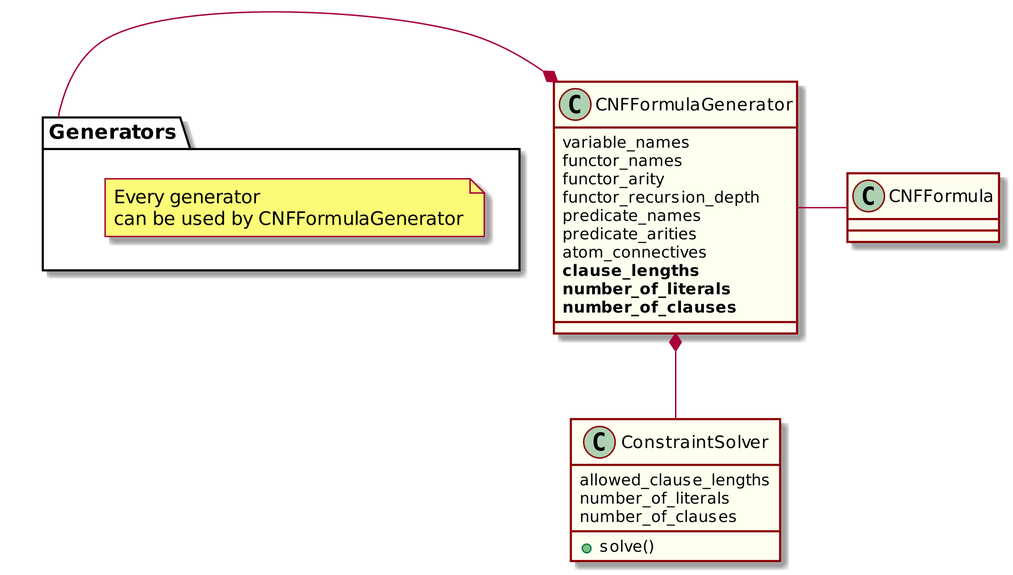
Earlier version of the PlantUML export logic-formula-generator/cnf_formula_generator.png (Mateusz-Grzelinski/set-research-documentation).
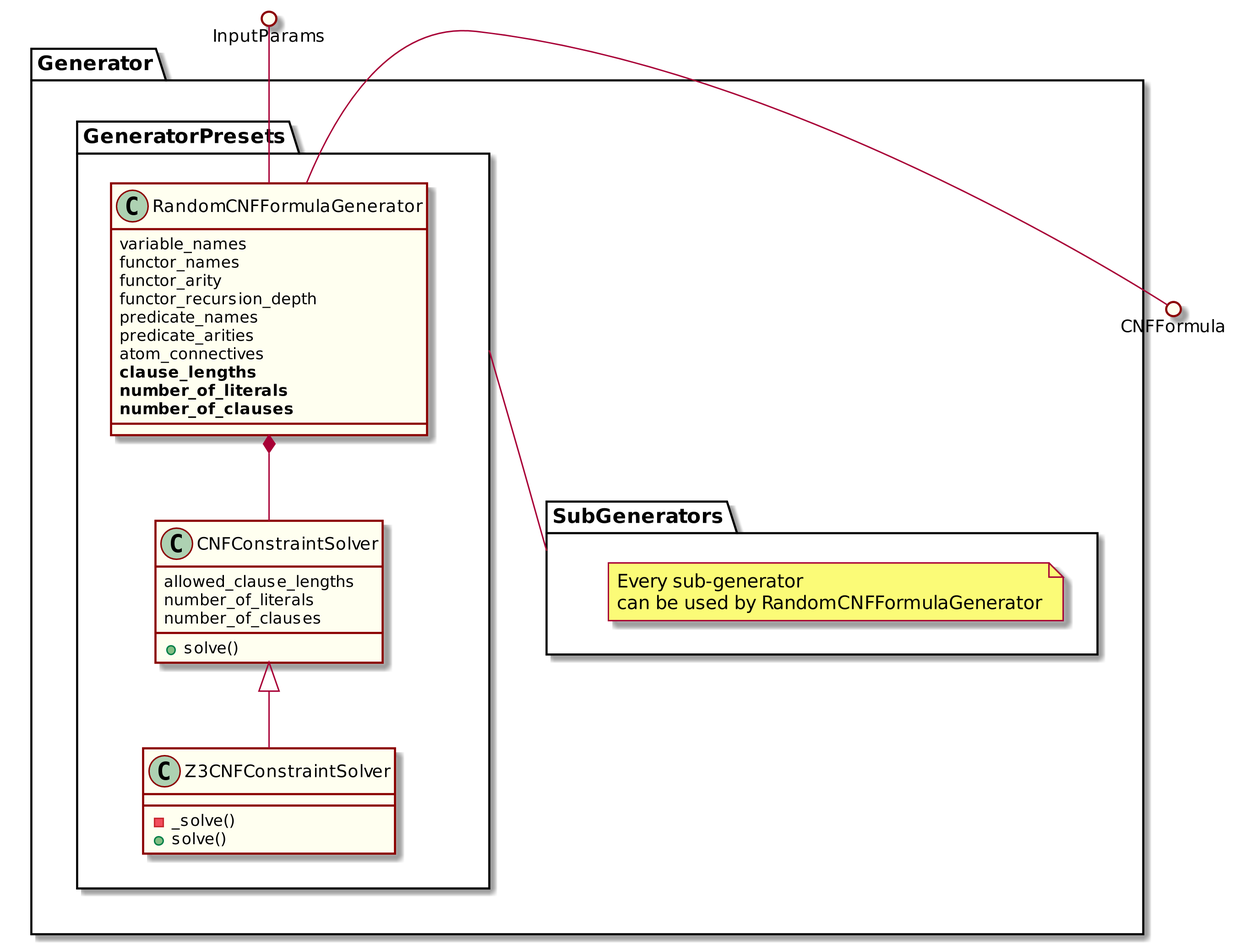
Above is the later version.

The edit, as a diff of the source:
```diff
@@ -6,15 +6,20 @@
   borderColor DarkRed
 }
 
-package Generators {
-  note "Every generator \ncan be used by CNFFormulaGenerator" as N
- }
+package Generator {
+  package GeneratorPresets {
+    RandomCNFFormulaGenerator *-- CNFConstraintSolver
+    CNFConstraintSolver <|-- Z3CNFConstraintSolver
+  }
+  package SubGenerators {
+    note "Every sub-generator \ncan be used by RandomCNFFormulaGenerator" as N
+  }
+  GeneratorPresets -- SubGenerators
+}
+RandomCNFFormulaGenerator -() CNFFormula
+InputParams ()-- RandomCNFFormulaGenerator
 
-Generators -* CNFFormulaGenerator
-CNFFormulaGenerator *-- ConstraintSolver
-CNFFormulaGenerator - CNFFormula
-
-class CNFFormulaGenerator {
+class RandomCNFFormulaGenerator {
   variable_names
   functor_names
   functor_arity
@@ -27,11 +32,15 @@
   **number_of_clauses**
 }
 
-class ConstraintSolver {
+class CNFConstraintSolver {
   allowed_clause_lengths
   number_of_literals
   number_of_clauses
   + solve()
 }
 
+class Z3CNFConstraintSolver {
+  - _solve()
+  + solve()
+}
 @enduml
```
